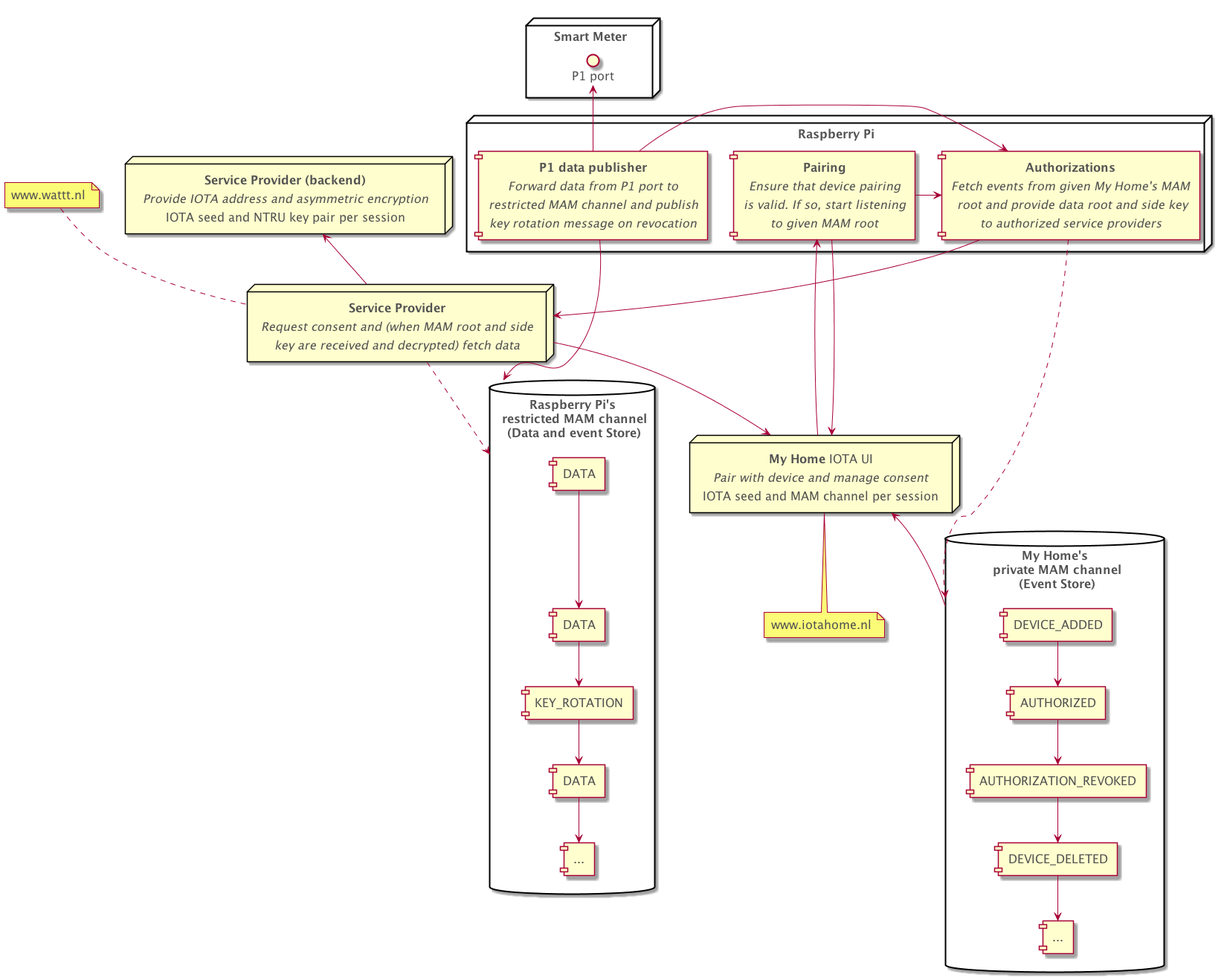
This is docs/assets/component-diagram.png from alliander-opensource/decentralized-auth, a PlantUML export, as it was before one commit.
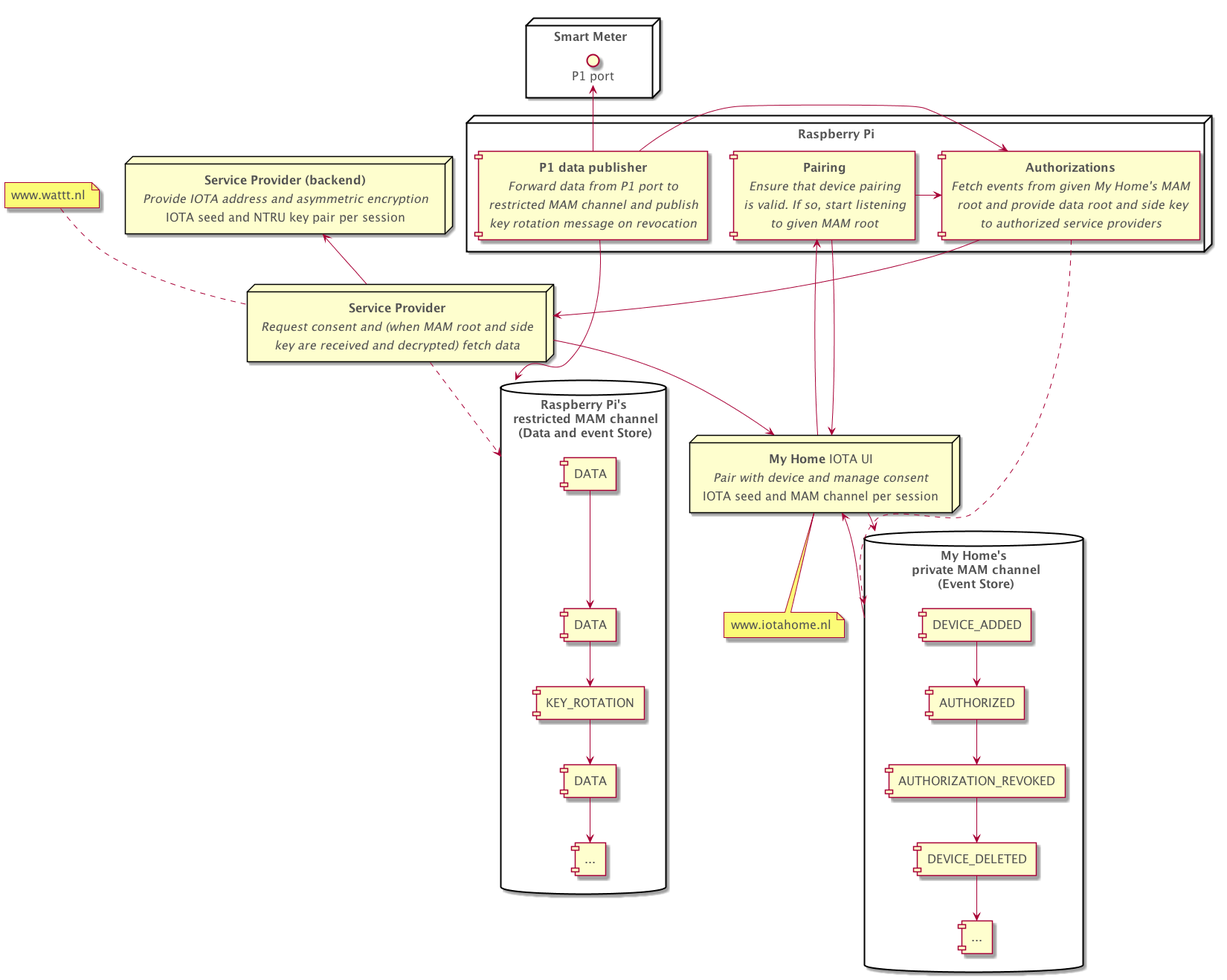
After the commit.

Commit message:
doc: bidirectional arrow my home to MAM channel

The edit, as a diff of the source:
```diff
@@ -53,6 +53,7 @@
 service_provider_backend <-- service_provider
 
 my_home <-- my_home_mam
+my_home --> my_home_mam
 
 service_provider ..> device_mam
 service_provider --> my_home
```
